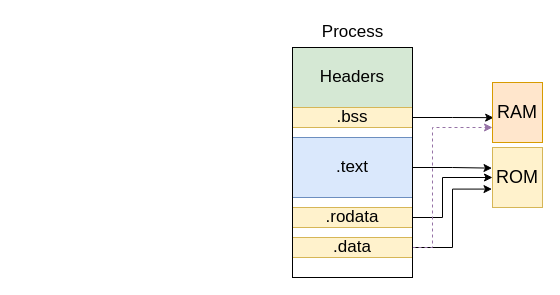
Above: page "Processes" (2 of 3) of 5th-semester/tvs/docs/tvs-diagrams.drawio in andre-j3sus/isel-leic-notes (draw.io), before the change. Source tidied: cells renumbered, new cells numbered last; positions are measured from the earlier drawing's top-left corner, leaving out a move shared by most shapes. Both pictures are drawn from the tidied source at 100%, with x=0, y=0 at pixel (292, 17).
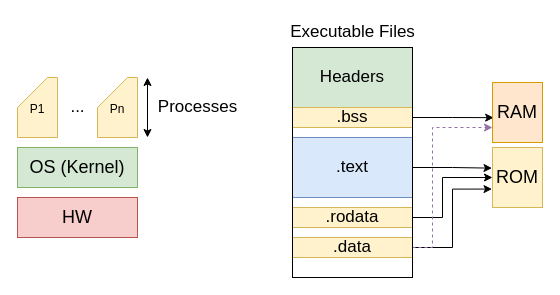
The same page after the edit.

What changed in the source:
```diff
@@
-    <mxCell id="3" value="Process" style="text;html=1;align=center;verticalAlign=middle;strokeColor=none;fillColor=none;fontSize=17;" parent="1" vertex="1">
-      <mxGeometry x="20" width="80" height="30" as="geometry" />
+    <mxCell id="3" value="Executable Files" style="text;html=1;align=center;verticalAlign=middle;strokeColor=none;fillColor=none;fontSize=17;" parent="1" vertex="1">
+      <mxGeometry x="-15" width="150" height="30" as="geometry" />
     </mxCell>
@@
+    <mxCell id="17" value="HW" style="rounded=0;whiteSpace=wrap;html=1;fontSize=18;fillColor=#f8cecc;strokeColor=#b85450;" parent="1" vertex="1">
+      <mxGeometry x="-275" y="180" width="120" height="40" as="geometry" />
+    </mxCell>
+    <mxCell id="18" value="OS (Kernel)" style="rounded=0;whiteSpace=wrap;html=1;fontSize=18;fillColor=#d5e8d4;strokeColor=#82b366;" parent="1" vertex="1">
+      <mxGeometry x="-275" y="130" width="120" height="40" as="geometry" />
+    </mxCell>
+    <mxCell id="19" value="&lt;font style=&quot;font-size: 12px;&quot;&gt;P1&lt;/font&gt;" style="shape=card;whiteSpace=wrap;html=1;fontSize=18;fillColor=#fff2cc;strokeColor=#d6b656;" parent="1" vertex="1">
+      <mxGeometry x="-275" y="60" width="40" height="60" as="geometry" />
+    </mxCell>
+    <mxCell id="20" value="&lt;font style=&quot;font-size: 12px;&quot;&gt;Pn&lt;/font&gt;" style="shape=card;whiteSpace=wrap;html=1;fontSize=18;fillColor=#fff2cc;strokeColor=#d6b656;" parent="1" vertex="1">
+      <mxGeometry x="-195" y="60" width="40" height="60" as="geometry" />
+    </mxCell>
+    <mxCell id="21" value="&lt;font style=&quot;font-size: 17px;&quot;&gt;...&lt;/font&gt;" style="text;html=1;align=center;verticalAlign=middle;strokeColor=none;fillColor=none;fontSize=12;" parent="1" vertex="1">
+      <mxGeometry x="-235" y="75" width="40" height="30" as="geometry" />
+    </mxCell>
+    <mxCell id="22" value="Processes" style="text;html=1;align=center;verticalAlign=middle;strokeColor=none;fillColor=none;fontSize=17;" parent="1" vertex="1">
+      <mxGeometry x="-145" y="75" width="100" height="30" as="geometry" />
+    </mxCell>
+    <mxCell id="23" style="endArrow=classic;startArrow=classic;html=1;rounded=0;fontSize=17;" parent="1" edge="1">
+      <mxGeometry relative="1" as="geometry">
+        <mxPoint x="-145" y="120" as="sourcePoint" />
+        <mxPoint x="-145" y="60" as="targetPoint" />
+      </mxGeometry>
+    </mxCell>
```
